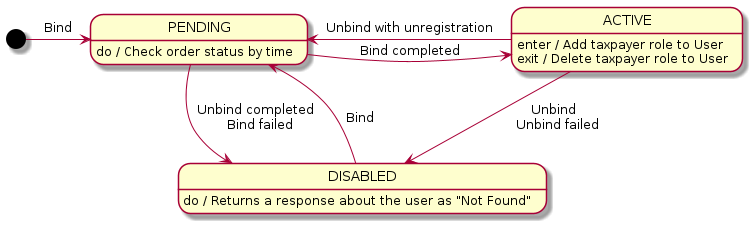
RaikBitters/ibank-internal-services keeps this PlantUML diagram as assets/images/diagrams/self-employed-service/state/self-employer-state.png. Above is the earlier version. Source of this version:
```plantuml
@startuml self-employer-state

[*] -> PENDING: Bind

PENDING -> ACTIVE: Bind completed
ACTIVE -> PENDING: Unbind with unregistration

PENDING -> DISABLED: Unbind completed \n Bind failed
DISABLED --> PENDING: Bind

ACTIVE -> DISABLED: Unbind \n Unbind failed

PENDING: do / Check order status by time

ACTIVE: enter / Add taxpayer role to User
ACTIVE: exit / Delete taxpayer role to User

DISABLED: do / Returns a response about the user as "Not Found"

@enduml
```
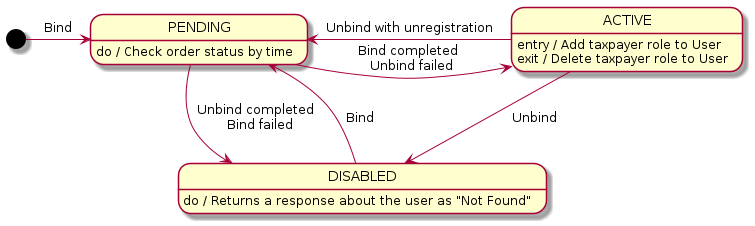
After the commit.

What changed in the source:
```diff
@@ -2,17 +2,17 @@
 
 [*] -> PENDING: Bind
 
-PENDING -> ACTIVE: Bind completed
+PENDING -> ACTIVE: Bind completed \n Unbind failed
 ACTIVE -> PENDING: Unbind with unregistration
 
 PENDING -> DISABLED: Unbind completed \n Bind failed
 DISABLED --> PENDING: Bind
 
-ACTIVE -> DISABLED: Unbind \n Unbind failed
+ACTIVE -> DISABLED: Unbind
 
 PENDING: do / Check order status by time
 
-ACTIVE: enter / Add taxpayer role to User
+ACTIVE: entry / Add taxpayer role to User
 ACTIVE: exit / Delete taxpayer role to User
 
 DISABLED: do / Returns a response about the user as "Not Found"
```
